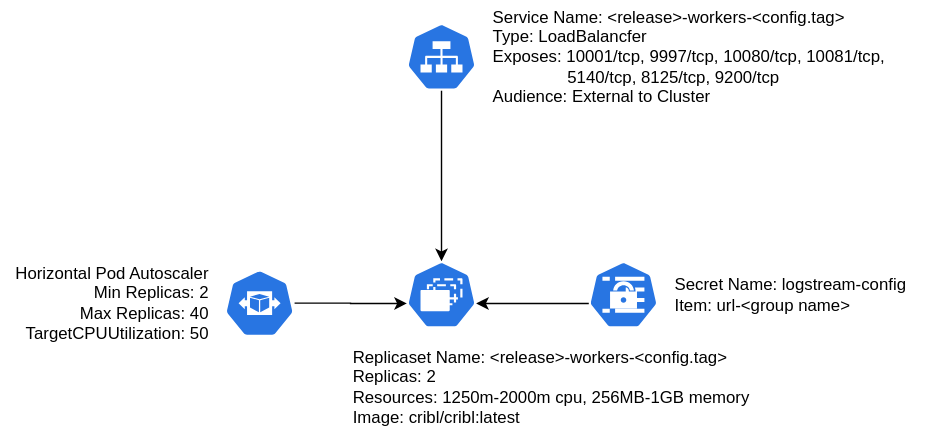
Above: helm-chart-sources/logstream-workergroup/images/k8s-logstream-worker-group.svg in criblio/helm-charts (draw.io), before the change. Source tidied: cells renumbered, new cells last; positions are measured from the earlier drawing's top-left corner, leaving out a move shared by most shapes. The source it was exported from:
```xml
<mxGraphModel>
  <root>
    <mxCell id="0" />
    <mxCell id="1" parent="0" />
    <mxCell id="2" style="edgeStyle=orthogonalEdgeStyle;rounded=0;jettySize=auto;html=1;" parent="1" edge="1" source="3" target="4">
      <mxGeometry relative="1" as="geometry" />
    </mxCell>
    <mxCell id="3" style="html=1;dashed=0;whitespace=wrap;fillColor=#2875E2;strokeColor=#ffffff;points=[[0.005,0.63,0],[0.1,0.2,0],[0.9,0.2,0],[0.5,0,0],[0.995,0.63,0],[0.72,0.99,0],[0.5,1,0],[0.28,0.99,0]];shape=mxgraph.kubernetes.icon;prIcon=svc;" parent="1" vertex="1">
      <mxGeometry x="290" y="16" width="50" height="48" as="geometry" />
    </mxCell>
    <mxCell id="4" style="html=1;dashed=0;whitespace=wrap;fillColor=#2875E2;strokeColor=#ffffff;points=[[0.005,0.63,0],[0.1,0.2,0],[0.9,0.2,0],[0.5,0,0],[0.995,0.63,0],[0.72,0.99,0],[0.5,1,0],[0.28,0.99,0]];shape=mxgraph.kubernetes.icon;prIcon=rs;" parent="1" vertex="1">
      <mxGeometry x="290" y="186" width="50" height="48" as="geometry" />
    </mxCell>
    <mxCell id="5" style="group;" parent="1" vertex="1">
      <mxGeometry y="186" width="210" height="60" as="geometry" />
    </mxCell>
    <mxCell id="6" style="html=1;dashed=0;whitespace=wrap;fillColor=#2875E2;strokeColor=#ffffff;points=[[0.005,0.63,0],[0.1,0.2,0],[0.9,0.2,0],[0.5,0,0],[0.995,0.63,0],[0.72,0.99,0],[0.5,1,0],[0.28,0.99,0]];shape=mxgraph.kubernetes.icon;prIcon=hpa;" parent="5" vertex="1">
      <mxGeometry x="160" y="6" width="50" height="48" as="geometry" />
    </mxCell>
    <mxCell id="7" value="Horizontal Pod Autoscaler&lt;br&gt;Min Replicas: 2&lt;br&gt;Max Replicas: 40&lt;br&gt;TargetCPUUtilization: 50" style="text;html=1;align=right;verticalAlign=middle;fillColor=none;strokeColor=none;rounded=0;" parent="5" vertex="1">
      <mxGeometry width="150" height="60" as="geometry" />
    </mxCell>
    <mxCell id="8" value="Replicaset Name: &amp;lt;release&amp;gt;-workers-&amp;lt;config.tag&amp;gt;&lt;br&gt;Replicas: 2&lt;br&gt;Resources: 1250m-2000m cpu, 256MB-1GB memory&lt;br&gt;Image: cribl/cribl:latest" style="text;html=1;align=left;verticalAlign=middle;fillColor=none;strokeColor=none;rounded=0;" parent="1" vertex="1">
      <mxGeometry x="250" y="246" width="300" height="60" as="geometry" />
    </mxCell>
    <mxCell id="9" style="group;" parent="1" vertex="1">
      <mxGeometry x="420" y="180" width="240" height="60" as="geometry" />
    </mxCell>
    <mxCell id="10" style="html=1;dashed=0;whitespace=wrap;fillColor=#2875E2;strokeColor=#ffffff;points=[[0.005,0.63,0],[0.1,0.2,0],[0.9,0.2,0],[0.5,0,0],[0.995,0.63,0],[0.72,0.99,0],[0.5,1,0],[0.28,0.99,0]];shape=mxgraph.kubernetes.icon;prIcon=secret;" parent="9" vertex="1">
      <mxGeometry y="6" width="50" height="48" as="geometry" />
    </mxCell>
    <mxCell id="11" value="Secret Name: logstream-config&lt;br&gt;Item: url-&amp;lt;group name&amp;gt;" style="text;html=1;align=left;verticalAlign=middle;fillColor=none;strokeColor=none;rounded=0;" parent="9" vertex="1">
      <mxGeometry x="60" y="15" width="180" height="30" as="geometry" />
    </mxCell>
    <mxCell id="12" style="edgeStyle=orthogonalEdgeStyle;rounded=0;jettySize=auto;html=1;entryX=0.005;entryY=0.63;entryDx=0;entryDy=0;entryPerimeter=0;" parent="1" edge="1" source="6" target="4">
      <mxGeometry relative="1" as="geometry" />
    </mxCell>
    <mxCell id="13" style="edgeStyle=orthogonalEdgeStyle;rounded=0;jettySize=auto;html=1;exitX=0.005;exitY=0.63;exitDx=0;exitDy=0;exitPerimeter=0;entryX=0.995;entryY=0.63;entryDx=0;entryDy=0;entryPerimeter=0;" parent="1" edge="1" source="10" target="4">
      <mxGeometry relative="1" as="geometry" />
    </mxCell>
    <mxCell id="14" value="Service Name: &amp;lt;release&amp;gt;-workers-&amp;lt;config.tag&amp;gt;&lt;br&gt;Type: LoadBalancfer&lt;br&gt;Exposes:&amp;nbsp;10001/tcp, 9997/tcp, 10080/tcp, 10081/tcp, &lt;br&gt;&amp;nbsp; &amp;nbsp; &amp;nbsp; &amp;nbsp; &amp;nbsp; &amp;nbsp; &amp;nbsp; &amp;nbsp; 5140/tcp, 8125/tcp, 9200/tcp&lt;br&gt;Audience: External to Cluster" style="text;html=1;align=left;verticalAlign=middle;fillColor=none;strokeColor=none;rounded=0;" parent="1" vertex="1">
      <mxGeometry x="350" width="300" height="80" as="geometry" />
    </mxCell>
  </root>
</mxGraphModel>
```
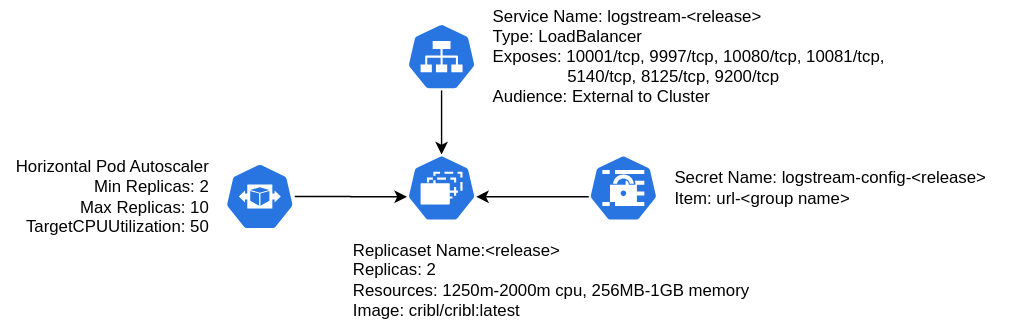
After the commit.

Diff of the diagram source:
```diff
@@ -6,7 +6,7 @@
       <mxGeometry relative="1" as="geometry" />
     </mxCell>
     <mxCell id="3" style="html=1;dashed=0;whitespace=wrap;fillColor=#2875E2;strokeColor=#ffffff;points=[[0.005,0.63,0],[0.1,0.2,0],[0.9,0.2,0],[0.5,0,0],[0.995,0.63,0],[0.72,0.99,0],[0.5,1,0],[0.28,0.99,0]];shape=mxgraph.kubernetes.icon;prIcon=svc;" parent="1" vertex="1">
-      <mxGeometry x="290" y="16" width="50" height="48" as="geometry" />
+      <mxGeometry x="290" y="92" width="50" height="48" as="geometry" />
     </mxCell>
     <mxCell id="4" style="html=1;dashed=0;whitespace=wrap;fillColor=#2875E2;strokeColor=#ffffff;points=[[0.005,0.63,0],[0.1,0.2,0],[0.9,0.2,0],[0.5,0,0],[0.995,0.63,0],[0.72,0.99,0],[0.5,1,0],[0.28,0.99,0]];shape=mxgraph.kubernetes.icon;prIcon=rs;" parent="1" vertex="1">
       <mxGeometry x="290" y="186" width="50" height="48" as="geometry" />
@@ -17,20 +17,20 @@
     <mxCell id="6" style="html=1;dashed=0;whitespace=wrap;fillColor=#2875E2;strokeColor=#ffffff;points=[[0.005,0.63,0],[0.1,0.2,0],[0.9,0.2,0],[0.5,0,0],[0.995,0.63,0],[0.72,0.99,0],[0.5,1,0],[0.28,0.99,0]];shape=mxgraph.kubernetes.icon;prIcon=hpa;" parent="5" vertex="1">
       <mxGeometry x="160" y="6" width="50" height="48" as="geometry" />
     </mxCell>
-    <mxCell id="7" value="Horizontal Pod Autoscaler&lt;br&gt;Min Replicas: 2&lt;br&gt;Max Replicas: 40&lt;br&gt;TargetCPUUtilization: 50" style="text;html=1;align=right;verticalAlign=middle;fillColor=none;strokeColor=none;rounded=0;" parent="5" vertex="1">
+    <mxCell id="7" value="Horizontal Pod Autoscaler&lt;br&gt;Min Replicas: 2&lt;br&gt;Max Replicas: 10&lt;br&gt;TargetCPUUtilization: 50" style="text;html=1;align=right;verticalAlign=middle;fillColor=none;strokeColor=none;rounded=0;" parent="5" vertex="1">
       <mxGeometry width="150" height="60" as="geometry" />
     </mxCell>
-    <mxCell id="8" value="Replicaset Name: &amp;lt;release&amp;gt;-workers-&amp;lt;config.tag&amp;gt;&lt;br&gt;Replicas: 2&lt;br&gt;Resources: 1250m-2000m cpu, 256MB-1GB memory&lt;br&gt;Image: cribl/cribl:latest" style="text;html=1;align=left;verticalAlign=middle;fillColor=none;strokeColor=none;rounded=0;" parent="1" vertex="1">
+    <mxCell id="8" value="Replicaset Name:&amp;lt;release&amp;gt;&lt;br&gt;Replicas: 2&lt;br&gt;Resources: 1250m-2000m cpu, 256MB-1GB memory&lt;br&gt;Image: cribl/cribl:latest" style="text;html=1;align=left;verticalAlign=middle;fillColor=none;strokeColor=none;rounded=0;" parent="1" vertex="1">
       <mxGeometry x="250" y="246" width="300" height="60" as="geometry" />
     </mxCell>
     <mxCell id="9" style="group;" parent="1" vertex="1">
-      <mxGeometry x="420" y="180" width="240" height="60" as="geometry" />
+      <mxGeometry x="420" y="180" width="300" height="60" as="geometry" />
     </mxCell>
     <mxCell id="10" style="html=1;dashed=0;whitespace=wrap;fillColor=#2875E2;strokeColor=#ffffff;points=[[0.005,0.63,0],[0.1,0.2,0],[0.9,0.2,0],[0.5,0,0],[0.995,0.63,0],[0.72,0.99,0],[0.5,1,0],[0.28,0.99,0]];shape=mxgraph.kubernetes.icon;prIcon=secret;" parent="9" vertex="1">
       <mxGeometry y="6" width="50" height="48" as="geometry" />
     </mxCell>
-    <mxCell id="11" value="Secret Name: logstream-config&lt;br&gt;Item: url-&amp;lt;group name&amp;gt;" style="text;html=1;align=left;verticalAlign=middle;fillColor=none;strokeColor=none;rounded=0;" parent="9" vertex="1">
-      <mxGeometry x="60" y="15" width="180" height="30" as="geometry" />
+    <mxCell id="11" value="Secret Name: logstream-config-&amp;lt;release&amp;gt;&lt;br&gt;Item: url-&amp;lt;group name&amp;gt;" style="text;html=1;align=left;verticalAlign=middle;fillColor=none;strokeColor=none;rounded=0;" parent="9" vertex="1">
+      <mxGeometry x="60" y="15" width="240" height="30" as="geometry" />
     </mxCell>
     <mxCell id="12" style="edgeStyle=orthogonalEdgeStyle;rounded=0;jettySize=auto;html=1;entryX=0.005;entryY=0.63;entryDx=0;entryDy=0;entryPerimeter=0;" parent="1" edge="1" source="6" target="4">
       <mxGeometry relative="1" as="geometry" />
@@ -38,8 +38,8 @@
     <mxCell id="13" style="edgeStyle=orthogonalEdgeStyle;rounded=0;jettySize=auto;html=1;exitX=0.005;exitY=0.63;exitDx=0;exitDy=0;exitPerimeter=0;entryX=0.995;entryY=0.63;entryDx=0;entryDy=0;entryPerimeter=0;" parent="1" edge="1" source="10" target="4">
       <mxGeometry relative="1" as="geometry" />
     </mxCell>
-    <mxCell id="14" value="Service Name: &amp;lt;release&amp;gt;-workers-&amp;lt;config.tag&amp;gt;&lt;br&gt;Type: LoadBalancfer&lt;br&gt;Exposes:&amp;nbsp;10001/tcp, 9997/tcp, 10080/tcp, 10081/tcp, &lt;br&gt;&amp;nbsp; &amp;nbsp; &amp;nbsp; &amp;nbsp; &amp;nbsp; &amp;nbsp; &amp;nbsp; &amp;nbsp; 5140/tcp, 8125/tcp, 9200/tcp&lt;br&gt;Audience: External to Cluster" style="text;html=1;align=left;verticalAlign=middle;fillColor=none;strokeColor=none;rounded=0;" parent="1" vertex="1">
-      <mxGeometry x="350" width="300" height="80" as="geometry" />
+    <mxCell id="14" value="Service Name: logstream-&amp;lt;release&amp;gt;&lt;br&gt;Type: LoadBalancer&lt;br&gt;Exposes:&amp;nbsp;10001/tcp, 9997/tcp, 10080/tcp, 10081/tcp, &lt;br&gt;&amp;nbsp; &amp;nbsp; &amp;nbsp; &amp;nbsp; &amp;nbsp; &amp;nbsp; &amp;nbsp; &amp;nbsp; 5140/tcp, 8125/tcp, 9200/tcp&lt;br&gt;Audience: External to Cluster" style="text;html=1;align=left;verticalAlign=middle;fillColor=none;strokeColor=none;rounded=0;" parent="1" vertex="1">
+      <mxGeometry x="350" y="76" width="300" height="80" as="geometry" />
     </mxCell>
   </root>
 </mxGraphModel>
```
